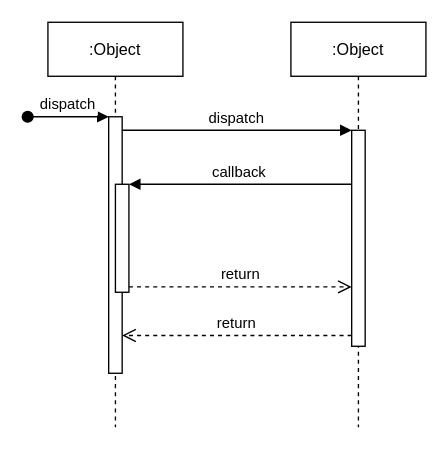
milk1990/AndFix keeps this draw.io diagram as Untitled Diagram.drawio. Above is the earlier version. Source tidied: cells renumbered, new cells numbered last; positions are measured from the earlier drawing's top-left corner, leaving out a move shared by most shapes. Both pictures are drawn from the tidied source at 135%, with x=0, y=0 at pixel (27, 22).
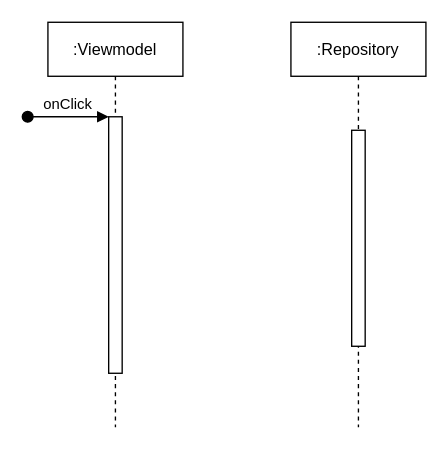
Above is the later version.

The edit, as a diff of the source:
```diff
@@
 <mxGraphModel>
   <root>
     <mxCell id="0" />
     <mxCell id="1" parent="0" />
-    <mxCell id="2" value=":Object" style="shape=umlLifeline;perimeter=lifelinePerimeter;rounded=0;shadow=0;strokeWidth=1;" parent="1" vertex="1">
+    <mxCell id="2" value=":Viewmodel" style="shape=umlLifeline;perimeter=lifelinePerimeter;rounded=0;shadow=0;strokeWidth=1;" parent="1" vertex="1">
       <mxGeometry x="15" width="100" height="300" as="geometry" />
     </mxCell>
     <mxCell id="3" style="points=[];perimeter=orthogonalPerimeter;rounded=0;shadow=0;strokeWidth=1;" parent="2" vertex="1">
       <mxGeometry x="45" y="70" width="10" height="190" as="geometry" />
     </mxCell>
-    <mxCell id="4" value="dispatch" style="verticalAlign=bottom;startArrow=oval;endArrow=block;startSize=8;shadow=0;strokeWidth=1;" parent="2" edge="1" target="3">
+    <mxCell id="4" value="onClick" style="verticalAlign=bottom;startArrow=oval;endArrow=block;startSize=8;shadow=0;strokeWidth=1;" parent="2" edge="1" target="3">
       <mxGeometry relative="1" as="geometry">
         <mxPoint x="-15" y="70" as="sourcePoint" />
       </mxGeometry>
     </mxCell>
-    <mxCell id="5" style="points=[];perimeter=orthogonalPerimeter;rounded=0;shadow=0;strokeWidth=1;" parent="2" vertex="1">
-      <mxGeometry x="50" y="120" width="10" height="80" as="geometry" />
-    </mxCell>
-    <mxCell id="6" value=":Object" style="shape=umlLifeline;perimeter=lifelinePerimeter;rounded=0;shadow=0;strokeWidth=1;" parent="1" vertex="1">
+    <mxCell id="6" value=":Repository" style="shape=umlLifeline;perimeter=lifelinePerimeter;rounded=0;shadow=0;strokeWidth=1;" parent="1" vertex="1">
       <mxGeometry x="195" width="100" height="300" as="geometry" />
     </mxCell>
     <mxCell id="7" style="points=[];perimeter=orthogonalPerimeter;rounded=0;shadow=0;strokeWidth=1;" parent="6" vertex="1">
       <mxGeometry x="45" y="80" width="10" height="160" as="geometry" />
     </mxCell>
-    <mxCell id="8" value="return" style="verticalAlign=bottom;endArrow=open;dashed=1;endSize=8;exitX=0;exitY=0.95;shadow=0;strokeWidth=1;" parent="1" edge="1" source="7" target="3">
-      <mxGeometry relative="1" as="geometry" />
-    </mxCell>
-    <mxCell id="9" value="dispatch" style="verticalAlign=bottom;endArrow=block;entryX=0;entryY=0;shadow=0;strokeWidth=1;" parent="1" edge="1" source="3" target="7">
-      <mxGeometry relative="1" as="geometry" />
-    </mxCell>
-    <mxCell id="10" value="callback" style="verticalAlign=bottom;endArrow=block;entryX=1;entryY=0;shadow=0;strokeWidth=1;" parent="1" edge="1" source="7" target="5">
-      <mxGeometry relative="1" as="geometry" />
-    </mxCell>
-    <mxCell id="11" value="return" style="verticalAlign=bottom;endArrow=open;dashed=1;endSize=8;exitX=1;exitY=0.95;shadow=0;strokeWidth=1;" parent="1" edge="1" source="5" target="7">
-      <mxGeometry relative="1" as="geometry" />
-    </mxCell>
   </root>
 </mxGraphModel>
```
